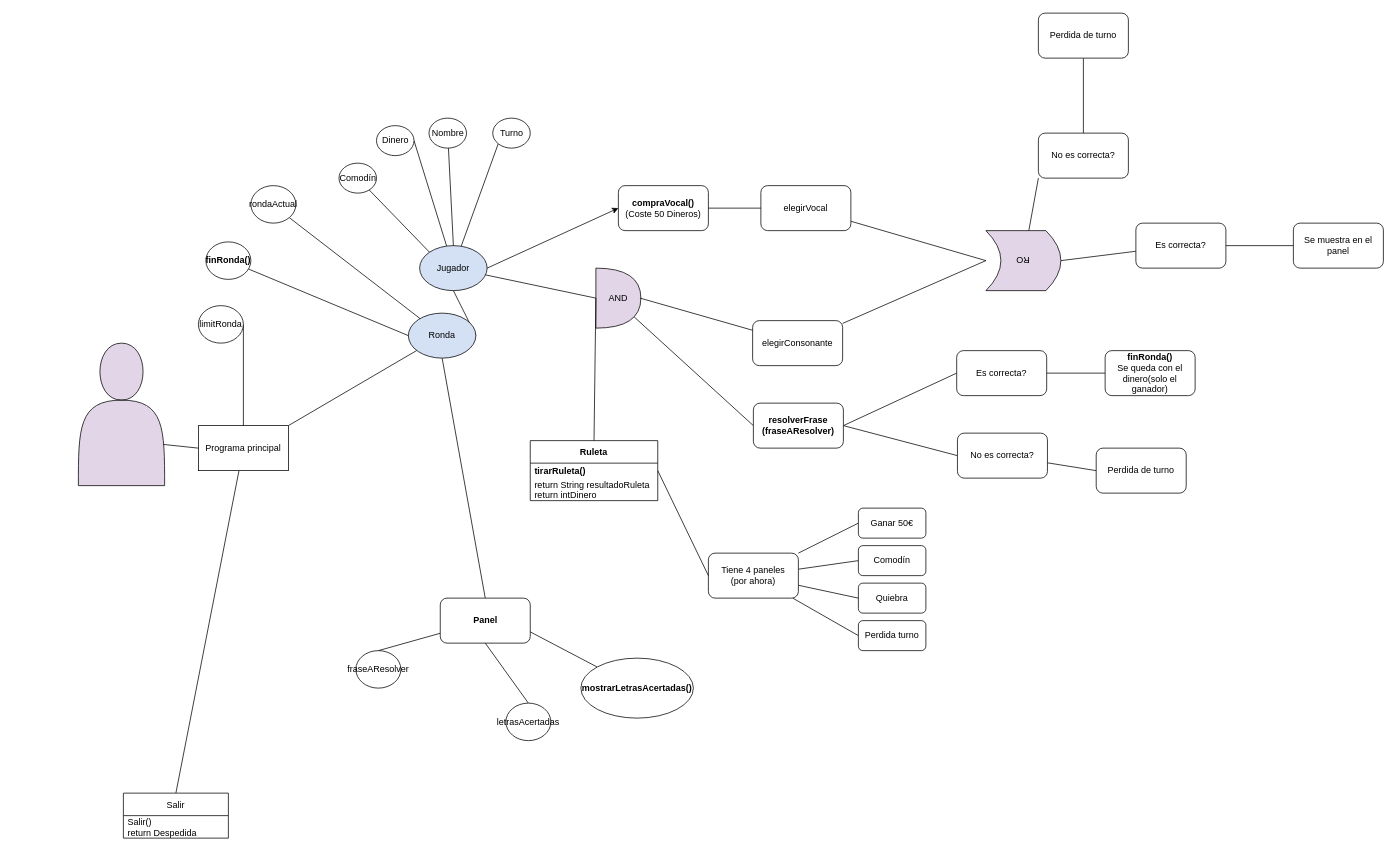
This is Diagrama.drawio from joeljnq/proyectoRuletaSuerte, a draw.io file, before an edit. Source tidied: cells renumbered, new cells numbered last; positions are measured from the earlier drawing's top-left corner, leaving out a move shared by most shapes. Both pictures are drawn from the tidied source at 75%, with x=0, y=0 at pixel (78, 13).
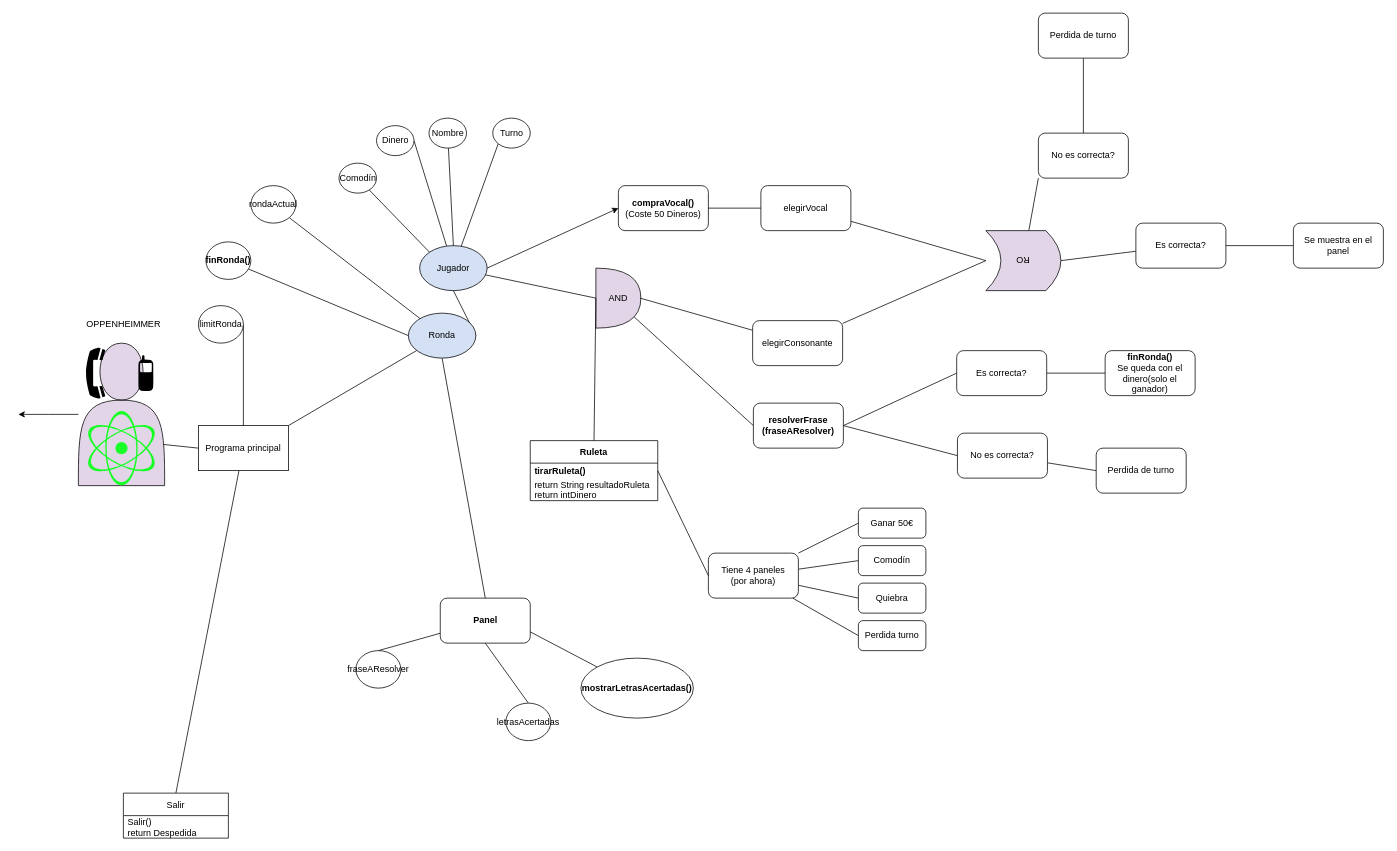
The same page after the edit.

The change refers to these unchanged cells:
```xml
<mxCell id="46" style="shape=actor;whiteSpace=wrap;html=1;fillColor=#E1D5E7;" parent="1" vertex="1">
  <mxGeometry y="440" width="115" height="190" as="geometry" />
</mxCell>
```

Change to the diagram source:
```diff
@@
+    <mxCell id="78" style="shape=mxgraph.signs.tech.telephone_5;html=1;fillColor=#000000;strokeColor=none;verticalLabelPosition=bottom;verticalAlign=top;align=center;sketch=0;" parent="1" vertex="1">
+      <mxGeometry x="10" y="446" width="26" height="68" as="geometry" />
+    </mxCell>
+    <mxCell id="79" style="shape=mxgraph.signs.tech.cell_phone;html=1;fillColor=#000000;strokeColor=none;verticalLabelPosition=bottom;verticalAlign=top;align=center;sketch=0;" parent="1" vertex="1">
+      <mxGeometry x="80" y="456" width="20" height="48" as="geometry" />
+    </mxCell>
+    <mxCell id="80" style="edgeStyle=orthogonalEdgeStyle;rounded=0;jettySize=auto;html=1;" parent="1" edge="1" source="46">
+      <mxGeometry relative="1" as="geometry">
+        <mxPoint x="-80" y="535" as="targetPoint" />
+      </mxGeometry>
+    </mxCell>
+    <mxCell id="81" style="shape=mxgraph.signs.science.nuclear_2;html=1;fillColor=#17FF26;strokeColor=none;verticalLabelPosition=bottom;verticalAlign=top;align=center;sketch=0;" parent="1" vertex="1">
+      <mxGeometry x="8.5" y="530.5" width="98" height="99" as="geometry" />
+    </mxCell>
+    <mxCell id="82" value="OPPENHEIMMER" style="text;html=1;align=center;verticalAlign=middle;strokeColor=none;fillColor=none;" parent="1" vertex="1">
+      <mxGeometry y="400" width="120" height="30" as="geometry" />
+    </mxCell>
```
